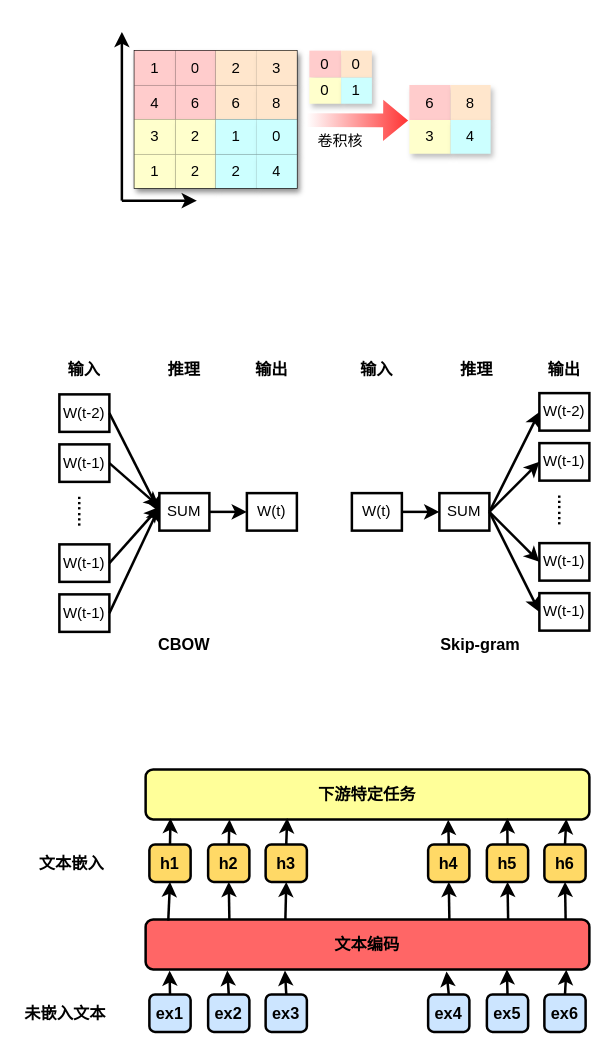
Above: pooling.drawio in Noeverer/Mindmap (draw.io), before the change. Source tidied: cells renumbered, new cells numbered last; positions are measured from the earlier drawing's top-left corner, leaving out a move shared by most shapes. Both pictures are drawn from the tidied source at 125%, with x=0, y=0 at pixel (21, 31).
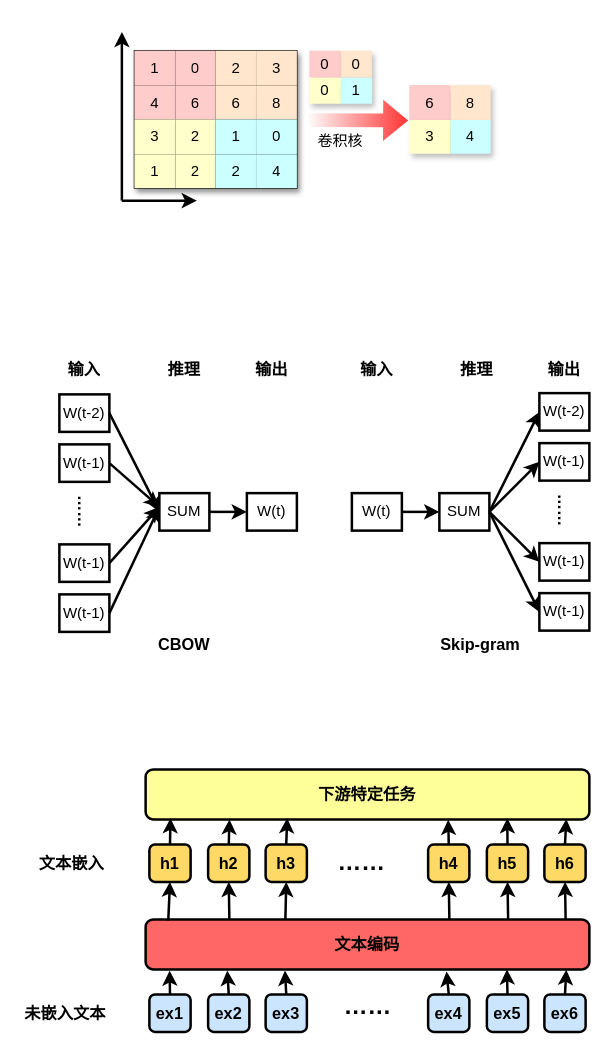
The same diagram, later.

The edit, as a diff of the source:
```diff
@@
+    <mxCell id="102" value="&lt;b&gt;&lt;font style=&quot;font-size: 19px&quot;&gt;……&lt;/font&gt;&lt;/b&gt;" style="text;html=1;strokeColor=none;fillColor=none;align=center;verticalAlign=middle;whiteSpace=wrap;rounded=0;shadow=0;" parent="1" vertex="1">
+      <mxGeometry x="246.5" y="655" width="50" height="20" as="geometry" />
+    </mxCell>
+    <mxCell id="103" value="&lt;b&gt;&lt;font style=&quot;font-size: 19px&quot;&gt;……&lt;/font&gt;&lt;/b&gt;" style="text;html=1;strokeColor=none;fillColor=none;align=center;verticalAlign=middle;whiteSpace=wrap;rounded=0;shadow=0;" parent="1" vertex="1">
+      <mxGeometry x="251.5" y="770" width="50" height="20" as="geometry" />
+    </mxCell>
```
